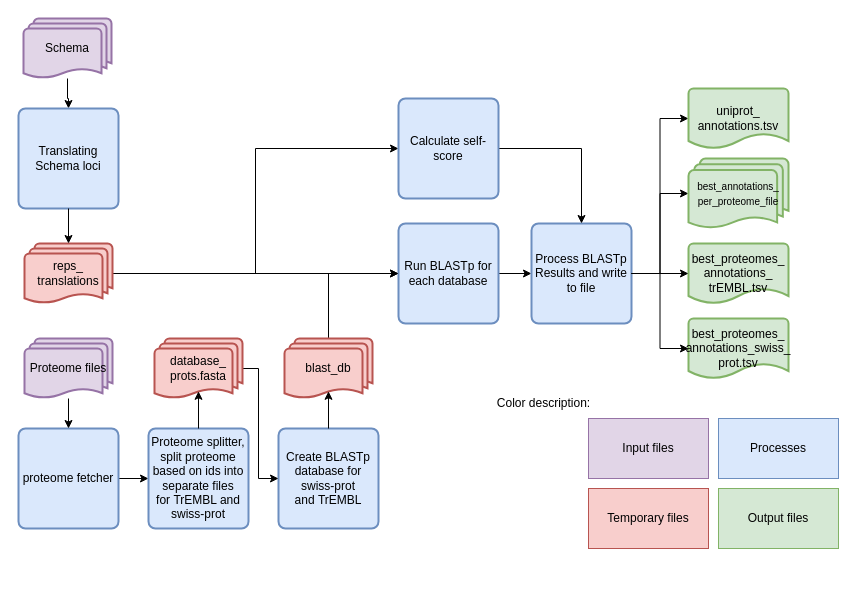
Before: SchemaRefinery/docs/SchemaRefinery/Modules/source/uniprot_proteomes_annotation.drawio in B-UMMI/Schema_Refinery, a draw.io diagram. Source tidied: cells renumbered, new cells numbered last; positions are measured from the earlier drawing's top-left corner, leaving out a move shared by most shapes. Both pictures are drawn from the tidied source at 100%, with x=0, y=0 at pixel (18, 18).
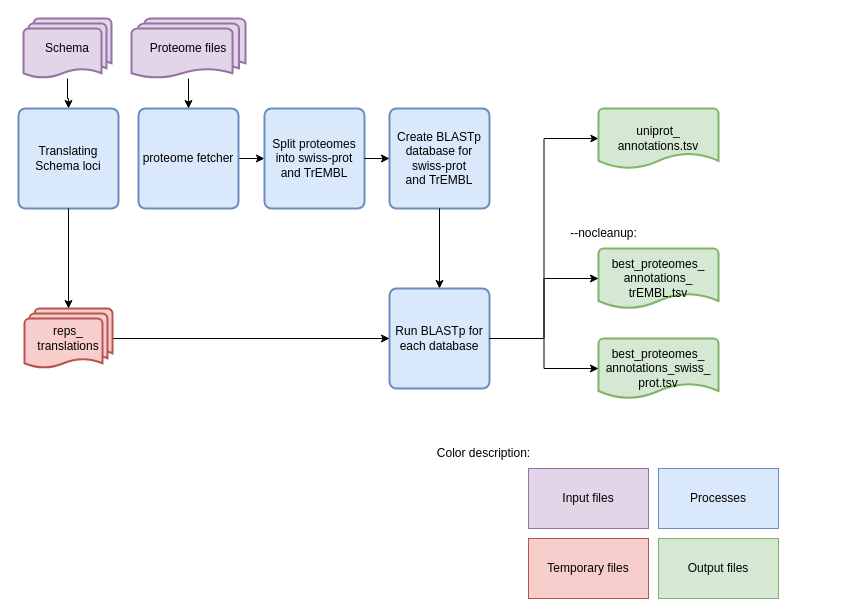
The same diagram, later.

The edit, as a diff of the source:
```diff
@@
     <mxCell id="3" value="proteome fetcher" style="rounded=1;whiteSpace=wrap;html=1;absoluteArcSize=1;arcSize=14;strokeWidth=2;fillColor=#dae8fc;strokeColor=#6c8ebf;" parent="1" vertex="1">
-      <mxGeometry y="410" width="100" height="100" as="geometry" />
+      <mxGeometry x="120" y="90" width="100" height="100" as="geometry" />
     </mxCell>
@@
     <mxCell id="5" value="Proteome files" style="strokeWidth=2;html=1;shape=mxgraph.flowchart.multi-document;whiteSpace=wrap;fillColor=#E1D5E7;strokeColor=#9673A6;" parent="1" vertex="1">
-      <mxGeometry x="6" y="320" width="88" height="60" as="geometry" />
+      <mxGeometry x="113" width="114" height="60" as="geometry" />
     </mxCell>
-    <mxCell id="6" value="Proteome splitter, split proteome based on ids into separate files for&amp;nbsp;TrEMBL and swiss-prot" style="rounded=1;whiteSpace=wrap;html=1;absoluteArcSize=1;arcSize=14;strokeWidth=2;fillColor=#dae8fc;strokeColor=#6c8ebf;" parent="1" vertex="1">
-      <mxGeometry x="130" y="410" width="100" height="100" as="geometry" />
+    <mxCell id="6" value="Split proteomes into swiss-prot and TrEMBL" style="rounded=1;whiteSpace=wrap;html=1;absoluteArcSize=1;arcSize=14;strokeWidth=2;fillColor=#dae8fc;strokeColor=#6c8ebf;" parent="1" vertex="1">
+      <mxGeometry x="246" y="90" width="100" height="100" as="geometry" />
     </mxCell>
-    <mxCell id="7" style="edgeStyle=orthogonalEdgeStyle;rounded=0;jettySize=auto;html=1;entryX=0;entryY=0.5;entryDx=0;entryDy=0;" parent="1" edge="1" source="8" target="17">
-      <mxGeometry relative="1" as="geometry" />
-    </mxCell>
     <mxCell id="8" value="Run BLASTp for each database" style="rounded=1;whiteSpace=wrap;html=1;absoluteArcSize=1;arcSize=14;strokeWidth=2;fillColor=#dae8fc;strokeColor=#6c8ebf;" parent="1" vertex="1">
-      <mxGeometry x="380" y="205" width="100" height="100" as="geometry" />
+      <mxGeometry x="371" y="270" width="100" height="100" as="geometry" />
     </mxCell>
@@
-    <mxCell id="13" style="edgeStyle=orthogonalEdgeStyle;rounded=0;jettySize=auto;html=1;entryX=0;entryY=0.5;entryDx=0;entryDy=0;" parent="1" edge="1" source="14" target="22">
-      <mxGeometry relative="1" as="geometry" />
-    </mxCell>
     <mxCell id="14" value="reps_&lt;div&gt;translations&lt;/div&gt;" style="strokeWidth=2;html=1;shape=mxgraph.flowchart.multi-document;whiteSpace=wrap;fillColor=#f8cecc;strokeColor=#b85450;" parent="1" vertex="1">
-      <mxGeometry x="6" y="225" width="88" height="60" as="geometry" />
+      <mxGeometry x="6" y="290" width="88" height="60" as="geometry" />
     </mxCell>
@@
-    <mxCell id="16" style="edgeStyle=orthogonalEdgeStyle;rounded=0;jettySize=auto;html=1;" parent="1" edge="1" source="17" target="18">
-      <mxGeometry relative="1" as="geometry" />
-    </mxCell>
-    <mxCell id="17" value="Process BLASTp Results and write to file" style="rounded=1;whiteSpace=wrap;html=1;absoluteArcSize=1;arcSize=14;strokeWidth=2;fillColor=#dae8fc;strokeColor=#6c8ebf;" parent="1" vertex="1">
-      <mxGeometry x="513" y="205" width="100" height="100" as="geometry" />
-    </mxCell>
-    <mxCell id="18" value="&lt;span style=&quot;font-size: 10px;&quot;&gt;best_annotations_&lt;/span&gt;&lt;div&gt;&lt;span style=&quot;font-size: 10px;&quot;&gt;per_proteome_file&lt;/span&gt;&lt;/div&gt;" style="strokeWidth=2;html=1;shape=mxgraph.flowchart.multi-document;whiteSpace=wrap;fillColor=#d5e8d4;strokeColor=#82b366;" parent="1" vertex="1">
-      <mxGeometry x="670" y="140" width="100" height="70" as="geometry" />
-    </mxCell>
     <mxCell id="19" value="best_proteomes_&lt;div&gt;annotations_swiss_&lt;/div&gt;&lt;div&gt;prot.tsv&lt;/div&gt;" style="strokeWidth=2;html=1;shape=mxgraph.flowchart.document2;whiteSpace=wrap;size=0.25;fillColor=#d5e8d4;strokeColor=#82b366;" parent="1" vertex="1">
-      <mxGeometry x="670" y="300" width="100" height="60" as="geometry" />
+      <mxGeometry x="580" y="320" width="120" height="60" as="geometry" />
     </mxCell>
     <mxCell id="20" value="Create BLASTp database for swiss-prot and&amp;nbsp;TrEMBL" style="rounded=1;whiteSpace=wrap;html=1;absoluteArcSize=1;arcSize=14;strokeWidth=2;fillColor=#dae8fc;strokeColor=#6c8ebf;" parent="1" vertex="1">
-      <mxGeometry x="260" y="410" width="100" height="100" as="geometry" />
+      <mxGeometry x="371" y="90" width="100" height="100" as="geometry" />
     </mxCell>
-    <mxCell id="21" style="edgeStyle=orthogonalEdgeStyle;rounded=0;jettySize=auto;html=1;" parent="1" edge="1" source="22" target="17">
-      <mxGeometry relative="1" as="geometry" />
-    </mxCell>
-    <mxCell id="22" value="Calculate self-score" style="rounded=1;whiteSpace=wrap;html=1;absoluteArcSize=1;arcSize=14;strokeWidth=2;fillColor=#dae8fc;strokeColor=#6c8ebf;" parent="1" vertex="1">
-      <mxGeometry x="380" y="80" width="100" height="100" as="geometry" />
-    </mxCell>
     <mxCell id="23" value="best_proteomes_&lt;div&gt;annotations_&lt;/div&gt;&lt;div&gt;trEMBL.tsv&lt;/div&gt;" style="strokeWidth=2;html=1;shape=mxgraph.flowchart.document2;whiteSpace=wrap;size=0.25;fillColor=#d5e8d4;strokeColor=#82b366;" parent="1" vertex="1">
-      <mxGeometry x="670" y="225" width="100" height="60" as="geometry" />
+      <mxGeometry x="580" y="230" width="120" height="60" as="geometry" />
     </mxCell>
-    <mxCell id="24" style="edgeStyle=orthogonalEdgeStyle;rounded=0;jettySize=auto;html=1;entryX=0;entryY=0.5;entryDx=0;entryDy=0;" parent="1" edge="1" source="25" target="8">
-      <mxGeometry relative="1" as="geometry">
-        <Array as="points">
-          <mxPoint x="310" y="255" />
-        </Array>
-      </mxGeometry>
-    </mxCell>
-    <mxCell id="25" value="blast_db" style="strokeWidth=2;html=1;shape=mxgraph.flowchart.multi-document;whiteSpace=wrap;fillColor=#f8cecc;strokeColor=#b85450;" parent="1" vertex="1">
-      <mxGeometry x="266" y="320" width="88" height="60" as="geometry" />
-    </mxCell>
-    <mxCell id="26" style="edgeStyle=orthogonalEdgeStyle;rounded=0;jettySize=auto;html=1;entryX=0.5;entryY=0.88;entryDx=0;entryDy=0;entryPerimeter=0;" parent="1" edge="1" source="20" target="25">
+    <mxCell id="26" style="edgeStyle=orthogonalEdgeStyle;rounded=0;jettySize=auto;html=1;entryX=0.5;entryY=0;entryDx=0;entryDy=0;exitX=0.5;exitY=1;exitDx=0;exitDy=0;" parent="1" edge="1" source="20" target="8">
       <mxGeometry relative="1" as="geometry" />
     </mxCell>
     <mxCell id="27" value="Processes" style="rounded=0;whiteSpace=wrap;html=1;fillColor=#dae8fc;strokeColor=#6c8ebf;" parent="1" vertex="1">
-      <mxGeometry x="700" y="400" width="120" height="60" as="geometry" />
+      <mxGeometry x="640" y="450" width="120" height="60" as="geometry" />
     </mxCell>
     <mxCell id="28" value="Temporary files" style="rounded=0;whiteSpace=wrap;html=1;fillColor=#f8cecc;strokeColor=#b85450;" parent="1" vertex="1">
-      <mxGeometry x="570" y="470" width="120" height="60" as="geometry" />
+      <mxGeometry x="510" y="520" width="120" height="60" as="geometry" />
     </mxCell>
     <mxCell id="29" value="Input files" style="rounded=0;whiteSpace=wrap;html=1;fillColor=#E1D5E7;strokeColor=#9673A6;" parent="1" vertex="1">
-      <mxGeometry x="570" y="400" width="120" height="60" as="geometry" />
+      <mxGeometry x="510" y="450" width="120" height="60" as="geometry" />
     </mxCell>
     <mxCell id="30" value="Output files" style="rounded=0;whiteSpace=wrap;html=1;fillColor=#d5e8d4;strokeColor=#82b366;" parent="1" vertex="1">
-      <mxGeometry x="700" y="470" width="120" height="60" as="geometry" />
+      <mxGeometry x="640" y="520" width="120" height="60" as="geometry" />
     </mxCell>
     <mxCell id="31" value="Color description:" style="text;html=1;align=center;verticalAlign=middle;strokeColor=none;fillColor=none;" parent="1" vertex="1">
-      <mxGeometry x="470" y="370" width="110" height="30" as="geometry" />
+      <mxGeometry x="410" y="420" width="110" height="30" as="geometry" />
     </mxCell>
-    <mxCell id="32" style="edgeStyle=orthogonalEdgeStyle;rounded=0;jettySize=auto;html=1;entryX=0;entryY=0.5;entryDx=0;entryDy=0;" parent="1" edge="1" source="33" target="20">
-      <mxGeometry relative="1" as="geometry">
-        <Array as="points">
-          <mxPoint x="240" y="350" />
-          <mxPoint x="240" y="460" />
-        </Array>
-      </mxGeometry>
-    </mxCell>
-    <mxCell id="33" value="database_&lt;div&gt;prots.fasta&lt;/div&gt;" style="strokeWidth=2;html=1;shape=mxgraph.flowchart.multi-document;whiteSpace=wrap;fillColor=#f8cecc;strokeColor=#b85450;" parent="1" vertex="1">
-      <mxGeometry x="136" y="320" width="88" height="60" as="geometry" />
-    </mxCell>
-    <mxCell id="34" style="edgeStyle=orthogonalEdgeStyle;rounded=0;jettySize=auto;html=1;entryX=0.5;entryY=0.88;entryDx=0;entryDy=0;entryPerimeter=0;" parent="1" edge="1" source="6" target="33">
+    <mxCell id="34" style="edgeStyle=orthogonalEdgeStyle;rounded=0;jettySize=auto;html=1;entryX=0;entryY=0.5;entryDx=0;entryDy=0;exitX=1;exitY=0.5;exitDx=0;exitDy=0;" parent="1" edge="1" source="6" target="20">
       <mxGeometry relative="1" as="geometry" />
     </mxCell>
-    <mxCell id="35" style="edgeStyle=orthogonalEdgeStyle;rounded=0;jettySize=auto;html=1;entryX=0;entryY=0.5;entryDx=0;entryDy=0;entryPerimeter=0;" parent="1" edge="1" source="17" target="23">
+    <mxCell id="35" style="edgeStyle=orthogonalEdgeStyle;rounded=0;jettySize=auto;html=1;entryX=0;entryY=0.5;entryDx=0;entryDy=0;entryPerimeter=0;exitX=1;exitY=0.5;exitDx=0;exitDy=0;" parent="1" edge="1" source="8" target="23">
       <mxGeometry relative="1" as="geometry" />
     </mxCell>
-    <mxCell id="36" style="edgeStyle=orthogonalEdgeStyle;rounded=0;jettySize=auto;html=1;entryX=0;entryY=0.5;entryDx=0;entryDy=0;entryPerimeter=0;" parent="1" edge="1" source="17" target="19">
+    <mxCell id="36" style="edgeStyle=orthogonalEdgeStyle;rounded=0;jettySize=auto;html=1;entryX=0;entryY=0.5;entryDx=0;entryDy=0;entryPerimeter=0;exitX=1;exitY=0.5;exitDx=0;exitDy=0;" parent="1" edge="1" source="8" target="19">
       <mxGeometry relative="1" as="geometry" />
     </mxCell>
-    <mxCell id="37" style="edgeStyle=orthogonalEdgeStyle;rounded=0;jettySize=auto;html=1;exitX=1;exitY=0.5;exitDx=0;exitDy=0;entryX=0;entryY=0.5;entryDx=0;entryDy=0;entryPerimeter=0;" parent="1" edge="1" source="17" target="38">
+    <mxCell id="37" style="edgeStyle=orthogonalEdgeStyle;rounded=0;jettySize=auto;html=1;exitX=1;exitY=0.5;exitDx=0;exitDy=0;entryX=0;entryY=0.5;entryDx=0;entryDy=0;entryPerimeter=0;strokeColor=light-dark(#000000,#EDEDED);fillColor=#000000;shadow=0;endWidth=11.69811320754717;endSize=5.60377358490566;" parent="1" edge="1" source="8" target="38">
       <mxGeometry relative="1" as="geometry" />
     </mxCell>
-    <mxCell id="38" value="uniprot_&lt;div&gt;annotations.tsv&lt;/div&gt;" style="strokeWidth=2;html=1;shape=mxgraph.flowchart.document2;whiteSpace=wrap;size=0.25;fillColor=#d5e8d4;strokeColor=#82b366;" parent="1" vertex="1">
-      <mxGeometry x="670" y="70" width="100" height="60" as="geometry" />
+    <mxCell id="38" value="uniprot_&lt;div&gt;annotations.tsv&lt;/div&gt;" style="strokeWidth=2;html=1;shape=mxgraph.flowchart.document2;whiteSpace=wrap;size=0.2540404040404037;fillColor=#d5e8d4;strokeColor=#82b366;shadow=0;" parent="1" vertex="1">
+      <mxGeometry x="580" y="90" width="120" height="60" as="geometry" />
     </mxCell>
+    <mxCell id="39" value="--nocleanup:" style="text;html=1;align=center;verticalAlign=middle;strokeColor=none;fillColor=none;" parent="1" vertex="1">
+      <mxGeometry x="540" y="200" width="90" height="30" as="geometry" />
+    </mxCell>
```
